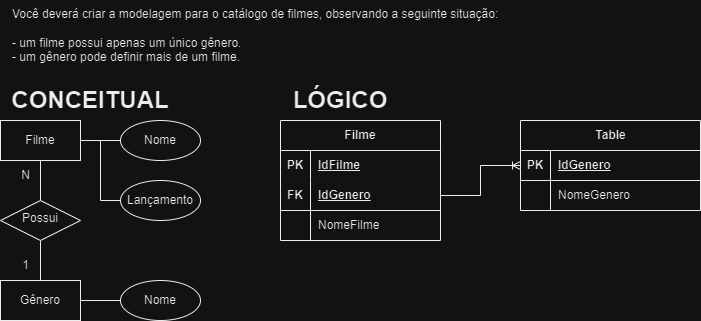
Before: SPRINT 1/Exercício 1 - Modelo Entitidade & Relacionamento/1.0/filmes_00.png, a diagram exported from draw.io (Richard-Felintro/curso-tecnico-dev-s2). Source tidied: cells renumbered, new cells last; positions are measured from the earlier drawing's top-left corner, leaving out a move shared by most shapes. The source it was exported from:
```xml
<mxGraphModel>
  <root>
    <mxCell id="0" />
    <mxCell id="1" parent="0" />
    <mxCell id="2" style="rounded=0;html=1;jettySize=auto;fontSize=11;endArrow=none;endFill=0;endSize=8;strokeWidth=1;shadow=0;labelBackgroundColor=none;edgeStyle=orthogonalEdgeStyle;" parent="1" edge="1" source="5" target="7">
      <mxGeometry relative="1" as="geometry" />
    </mxCell>
    <mxCell id="3" style="edgeStyle=orthogonalEdgeStyle;rounded=0;jettySize=auto;html=1;entryX=0;entryY=0.5;entryDx=0;entryDy=0;endArrow=none;endFill=0;jumpStyle=line;" parent="1" edge="1" source="5" target="15">
      <mxGeometry relative="1" as="geometry">
        <Array as="points">
          <mxPoint x="110" y="140" />
          <mxPoint x="110" y="140" />
        </Array>
      </mxGeometry>
    </mxCell>
    <mxCell id="4" style="edgeStyle=orthogonalEdgeStyle;rounded=0;jettySize=auto;html=1;entryX=0;entryY=0.5;entryDx=0;entryDy=0;endArrow=none;endFill=0;" parent="1" edge="1" source="5" target="14">
      <mxGeometry relative="1" as="geometry" />
    </mxCell>
    <mxCell id="5" value="Filme" style="rounded=0;whiteSpace=wrap;html=1;fontSize=12;glass=0;strokeWidth=1;shadow=0;fillColor=none;" parent="1" vertex="1">
      <mxGeometry y="120" width="80" height="40" as="geometry" />
    </mxCell>
    <mxCell id="6" style="edgeStyle=orthogonalEdgeStyle;rounded=0;jettySize=auto;html=1;endArrow=none;endFill=0;" parent="1" edge="1" source="7" target="9">
      <mxGeometry relative="1" as="geometry" />
    </mxCell>
    <mxCell id="7" value="Possui" style="rhombus;whiteSpace=wrap;html=1;shadow=0;fontFamily=Helvetica;fontSize=12;align=center;strokeWidth=1;spacing=6;spacingTop=-4;" parent="1" vertex="1">
      <mxGeometry y="200" width="80" height="40" as="geometry" />
    </mxCell>
    <mxCell id="8" style="edgeStyle=orthogonalEdgeStyle;rounded=0;jettySize=auto;html=1;entryX=0;entryY=0.5;entryDx=0;entryDy=0;endArrow=none;endFill=0;" parent="1" edge="1" source="9" target="13">
      <mxGeometry relative="1" as="geometry" />
    </mxCell>
    <mxCell id="9" value="Gênero" style="rounded=0;whiteSpace=wrap;html=1;fontSize=12;glass=0;strokeWidth=1;shadow=0;" parent="1" vertex="1">
      <mxGeometry y="280" width="80" height="40" as="geometry" />
    </mxCell>
    <mxCell id="10" value="&lt;div&gt;Você deverá criar a modelagem para o catálogo de filmes, observando a seguinte situação:&lt;/div&gt;&lt;div&gt;&lt;br&gt;&lt;/div&gt;&lt;div&gt;- um filme possui apenas um único gênero.&lt;/div&gt;&lt;div&gt;- um gênero pode definir mais de um filme.&lt;/div&gt;" style="text;html=1;align=left;verticalAlign=middle;strokeColor=none;fillColor=none;spacingLeft=10;" parent="1" vertex="1">
      <mxGeometry width="520" height="70" as="geometry" />
    </mxCell>
    <mxCell id="11" value="N" style="text;html=1;align=center;verticalAlign=middle;strokeColor=none;fillColor=none;" parent="1" vertex="1">
      <mxGeometry x="10" y="160" width="30" height="30" as="geometry" />
    </mxCell>
    <mxCell id="12" value="1" style="text;html=1;align=center;verticalAlign=middle;strokeColor=none;fillColor=none;" parent="1" vertex="1">
      <mxGeometry x="10" y="250" width="30" height="30" as="geometry" />
    </mxCell>
    <mxCell id="13" value="Nome" style="ellipse;whiteSpace=wrap;html=1;" parent="1" vertex="1">
      <mxGeometry x="120" y="280" width="80" height="40" as="geometry" />
    </mxCell>
    <mxCell id="14" value="Lançamento" style="ellipse;whiteSpace=wrap;html=1;" parent="1" vertex="1">
      <mxGeometry x="120" y="180" width="80" height="40" as="geometry" />
    </mxCell>
    <mxCell id="15" value="Nome" style="ellipse;whiteSpace=wrap;html=1;" parent="1" vertex="1">
      <mxGeometry x="120" y="120" width="80" height="40" as="geometry" />
    </mxCell>
    <mxCell id="16" value="&lt;b style=&quot;font-size: 24px;&quot;&gt;CONCEITUAL&lt;/b&gt;" style="text;html=1;strokeColor=none;fillColor=none;align=center;verticalAlign=middle;whiteSpace=wrap;rounded=0;fontSize=24;" parent="1" vertex="1">
      <mxGeometry y="80" width="180" height="40" as="geometry" />
    </mxCell>
    <mxCell id="17" value="Table" style="shape=table;startSize=30;rowLines=0;fontStyle=1;align=center;html=1;" parent="1" vertex="1">
      <mxGeometry x="520" y="120" width="180" height="90" as="geometry" />
    </mxCell>
    <mxCell id="18" style="shape=tableRow;horizontal=0;startSize=0;swimlaneHead=0;swimlaneBody=0;fillColor=none;points=[[0,0.5],[1,0.5]];portConstraint=eastwest;top=0;left=0;right=0;bottom=1;" parent="17" vertex="1">
      <mxGeometry y="30" width="180" height="30" as="geometry" />
    </mxCell>
    <mxCell id="19" value="PK" style="shape=partialRectangle;fillColor=none;top=0;left=0;bottom=0;right=0;fontStyle=1;overflow=hidden;whiteSpace=wrap;html=1;" parent="18" vertex="1">
      <mxGeometry width="30" height="30" as="geometry" />
    </mxCell>
    <mxCell id="20" value="IdGenero" style="shape=partialRectangle;fillColor=none;top=0;left=0;bottom=0;right=0;align=left;spacingLeft=6;fontStyle=5;overflow=hidden;whiteSpace=wrap;html=1;" parent="18" vertex="1">
      <mxGeometry x="30" width="150" height="30" as="geometry" />
    </mxCell>
    <mxCell id="21" style="shape=tableRow;horizontal=0;startSize=0;swimlaneHead=0;swimlaneBody=0;fillColor=none;top=0;left=0;right=0;bottom=0;" parent="17" vertex="1">
      <mxGeometry y="60" width="180" height="30" as="geometry" />
    </mxCell>
    <mxCell id="22" style="shape=partialRectangle;fillColor=none;top=0;left=0;bottom=0;right=0;overflow=hidden;whiteSpace=wrap;html=1;" parent="21" vertex="1">
      <mxGeometry width="30" height="30" as="geometry" />
    </mxCell>
    <mxCell id="23" value="NomeGenero" style="shape=partialRectangle;fillColor=none;top=0;left=0;bottom=0;right=0;align=left;spacingLeft=6;overflow=hidden;whiteSpace=wrap;html=1;" parent="21" vertex="1">
      <mxGeometry x="30" width="150" height="30" as="geometry" />
    </mxCell>
    <mxCell id="24" value="&lt;b style=&quot;font-size: 24px;&quot;&gt;LÓGICO&lt;/b&gt;" style="text;html=1;strokeColor=none;fillColor=none;align=center;verticalAlign=middle;whiteSpace=wrap;rounded=0;fontSize=24;" parent="1" vertex="1">
      <mxGeometry x="280" y="80" width="120" height="40" as="geometry" />
    </mxCell>
    <mxCell id="25" value="Filme" style="shape=table;startSize=30;rowLines=0;fontStyle=1;align=center;html=1;whiteSpace=wrap;" parent="1" vertex="1">
      <mxGeometry x="280" y="120" width="160" height="120" as="geometry" />
    </mxCell>
    <mxCell id="26" style="shape=tableRow;horizontal=0;startSize=0;swimlaneHead=0;swimlaneBody=0;fillColor=none;top=0;left=0;right=0;bottom=0;html=1;" parent="25" vertex="1">
      <mxGeometry y="30" width="160" height="30" as="geometry" />
    </mxCell>
    <mxCell id="27" value="PK" style="shape=partialRectangle;fillColor=none;top=0;left=0;bottom=0;right=0;fontStyle=1;overflow=hidden;html=1;whiteSpace=wrap;" parent="26" vertex="1">
      <mxGeometry width="30" height="30" as="geometry" />
    </mxCell>
    <mxCell id="28" value="IdFilme" style="shape=partialRectangle;fillColor=none;top=0;left=0;bottom=0;right=0;align=left;spacingLeft=6;fontStyle=5;overflow=hidden;html=1;whiteSpace=wrap;" parent="26" vertex="1">
      <mxGeometry x="30" width="130" height="30" as="geometry" />
    </mxCell>
    <mxCell id="29" style="shape=tableRow;horizontal=0;startSize=0;swimlaneHead=0;swimlaneBody=0;fillColor=none;points=[[0,0.5],[1,0.5]];portConstraint=eastwest;top=0;left=0;right=0;bottom=1;html=1;" parent="25" vertex="1">
      <mxGeometry y="60" width="160" height="30" as="geometry" />
    </mxCell>
    <mxCell id="30" value="FK" style="shape=partialRectangle;fillColor=none;top=0;left=0;bottom=0;right=0;fontStyle=1;overflow=hidden;html=1;whiteSpace=wrap;" parent="29" vertex="1">
      <mxGeometry width="30" height="30" as="geometry" />
    </mxCell>
    <mxCell id="31" value="IdGenero" style="shape=partialRectangle;fillColor=none;top=0;left=0;bottom=0;right=0;align=left;spacingLeft=6;fontStyle=5;overflow=hidden;html=1;whiteSpace=wrap;" parent="29" vertex="1">
      <mxGeometry x="30" width="130" height="30" as="geometry" />
    </mxCell>
    <mxCell id="32" style="shape=tableRow;horizontal=0;startSize=0;swimlaneHead=0;swimlaneBody=0;fillColor=none;top=0;left=0;right=0;bottom=0;html=1;" parent="25" vertex="1">
      <mxGeometry y="90" width="160" height="30" as="geometry" />
    </mxCell>
    <mxCell id="33" style="shape=partialRectangle;fillColor=none;top=0;left=0;bottom=0;right=0;overflow=hidden;html=1;whiteSpace=wrap;" parent="32" vertex="1">
      <mxGeometry width="30" height="30" as="geometry" />
    </mxCell>
    <mxCell id="34" value="NomeFilme" style="shape=partialRectangle;fillColor=none;top=0;left=0;bottom=0;right=0;align=left;spacingLeft=6;overflow=hidden;html=1;whiteSpace=wrap;" parent="32" vertex="1">
      <mxGeometry x="30" width="130" height="30" as="geometry" />
    </mxCell>
    <mxCell id="35" style="edgeStyle=orthogonalEdgeStyle;rounded=0;jettySize=auto;html=1;exitX=1;exitY=0.5;exitDx=0;exitDy=0;entryX=0;entryY=0.5;entryDx=0;entryDy=0;endArrow=ERoneToMany;endFill=0;" parent="1" edge="1" source="29" target="18">
      <mxGeometry relative="1" as="geometry" />
    </mxCell>
  </root>
</mxGraphModel>
```
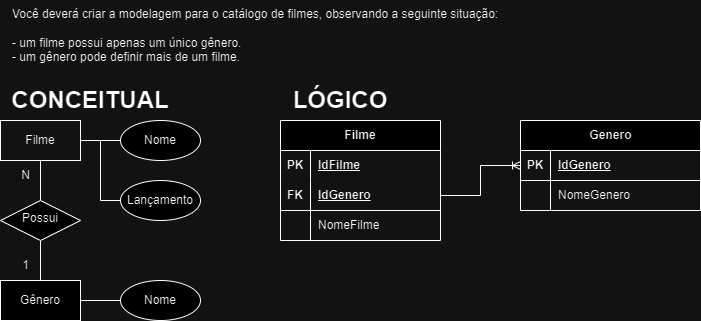
The same diagram one commit later.

Change to the diagram source:
```diff
@@ -52,7 +52,7 @@
     <mxCell id="16" value="&lt;b style=&quot;font-size: 24px;&quot;&gt;CONCEITUAL&lt;/b&gt;" style="text;html=1;strokeColor=none;fillColor=none;align=center;verticalAlign=middle;whiteSpace=wrap;rounded=0;fontSize=24;" parent="1" vertex="1">
       <mxGeometry y="80" width="180" height="40" as="geometry" />
     </mxCell>
-    <mxCell id="17" value="Table" style="shape=table;startSize=30;rowLines=0;fontStyle=1;align=center;html=1;" parent="1" vertex="1">
+    <mxCell id="17" value="Genero" style="shape=table;startSize=30;rowLines=0;fontStyle=1;align=center;html=1;" parent="1" vertex="1">
       <mxGeometry x="520" y="120" width="180" height="90" as="geometry" />
     </mxCell>
     <mxCell id="18" style="shape=tableRow;horizontal=0;startSize=0;swimlaneHead=0;swimlaneBody=0;fillColor=none;points=[[0,0.5],[1,0.5]];portConstraint=eastwest;top=0;left=0;right=0;bottom=1;" parent="17" vertex="1">
```
